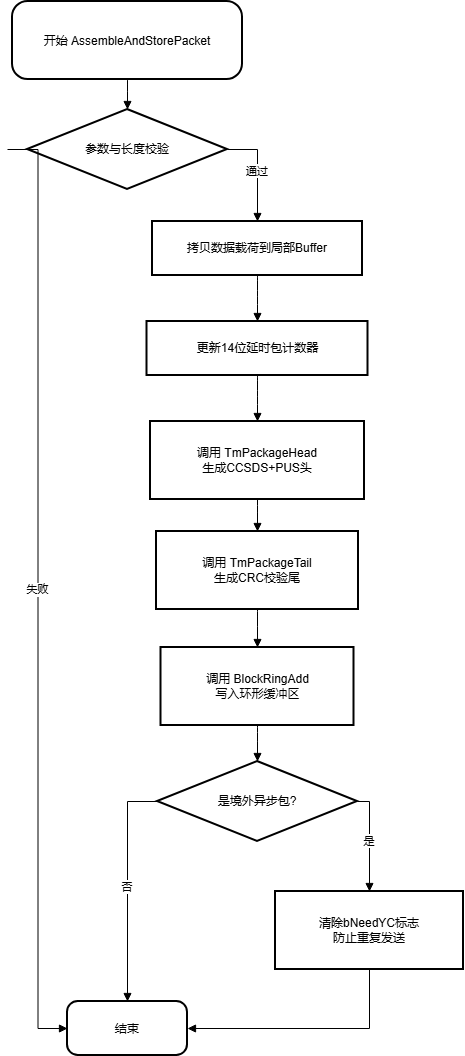
Before: 遥测采集和组包管理.drawio.png, a diagram exported from draw.io (luoflyxidian/git_aaa). Source tidied: cells renumbered, new cells last; positions are measured from the earlier drawing's top-left corner, leaving out a move shared by most shapes.
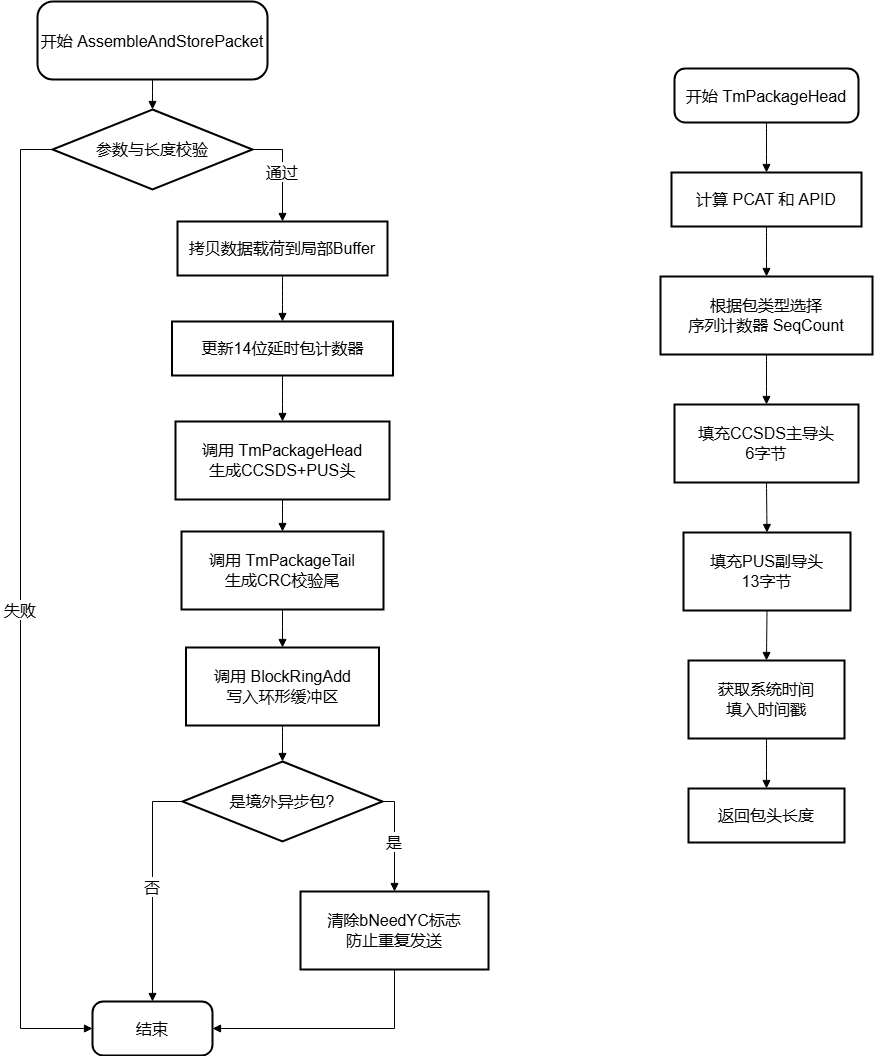
Later version of the same file.

Commit message:
更新遥测采集和组包管理.drawio.png

Diff of the diagram source:
```diff
@@ -2,70 +2,112 @@
   <root>
     <mxCell id="0" />
     <mxCell id="1" parent="0" />
-    <mxCell id="2" value="开始 AssembleAndStorePacket" style="rounded=1;arcSize=20;strokeWidth=2;" parent="1" vertex="1">
+    <mxCell id="2" value="开始 AssembleAndStorePacket" style="rounded=1;arcSize=20;strokeWidth=2;fontSize=16;" parent="1" vertex="1">
       <mxGeometry x="5" width="230" height="78" as="geometry" />
     </mxCell>
-    <mxCell id="3" value="参数与长度校验" style="rhombus;strokeWidth=2;whiteSpace=wrap;" parent="1" vertex="1">
+    <mxCell id="3" value="参数与长度校验" style="rhombus;strokeWidth=2;whiteSpace=wrap;fontSize=16;" parent="1" vertex="1">
       <mxGeometry x="20" y="108" width="200" height="80" as="geometry" />
     </mxCell>
-    <mxCell id="4" value="结束" style="rounded=1;arcSize=20;strokeWidth=2;" parent="1" vertex="1">
+    <mxCell id="4" value="结束" style="rounded=1;arcSize=20;strokeWidth=2;fontSize=16;" parent="1" vertex="1">
       <mxGeometry x="60" y="1000" width="120" height="54" as="geometry" />
     </mxCell>
-    <mxCell id="5" value="拷贝数据载荷到局部Buffer" style="whiteSpace=wrap;strokeWidth=2;" parent="1" vertex="1">
+    <mxCell id="5" value="拷贝数据载荷到局部Buffer" style="whiteSpace=wrap;strokeWidth=2;fontSize=16;" parent="1" vertex="1">
       <mxGeometry x="145" y="220" width="210" height="54" as="geometry" />
     </mxCell>
-    <mxCell id="6" value="更新14位延时包计数器" style="whiteSpace=wrap;strokeWidth=2;" parent="1" vertex="1">
+    <mxCell id="6" value="更新14位延时包计数器" style="whiteSpace=wrap;strokeWidth=2;fontSize=16;" parent="1" vertex="1">
       <mxGeometry x="139.5" y="320" width="221" height="54" as="geometry" />
     </mxCell>
-    <mxCell id="7" value="调用 TmPackageHead&#10;生成CCSDS+PUS头" style="whiteSpace=wrap;strokeWidth=2;" parent="1" vertex="1">
+    <mxCell id="7" value="调用 TmPackageHead&#10;生成CCSDS+PUS头" style="whiteSpace=wrap;strokeWidth=2;fontSize=16;" parent="1" vertex="1">
       <mxGeometry x="143" y="420" width="214" height="78" as="geometry" />
     </mxCell>
-    <mxCell id="8" value="调用 TmPackageTail&#10;生成CRC校验尾" style="whiteSpace=wrap;strokeWidth=2;" parent="1" vertex="1">
+    <mxCell id="8" value="调用 TmPackageTail&#10;生成CRC校验尾" style="whiteSpace=wrap;strokeWidth=2;fontSize=16;" parent="1" vertex="1">
       <mxGeometry x="149" y="530" width="202" height="78" as="geometry" />
     </mxCell>
-    <mxCell id="9" value="调用 BlockRingAdd&#10;写入环形缓冲区" style="whiteSpace=wrap;strokeWidth=2;" parent="1" vertex="1">
+    <mxCell id="9" value="调用 BlockRingAdd&#10;写入环形缓冲区" style="whiteSpace=wrap;strokeWidth=2;fontSize=16;" parent="1" vertex="1">
       <mxGeometry x="153.5" y="646" width="193" height="78" as="geometry" />
     </mxCell>
-    <mxCell id="10" value="是境外异步包?" style="rhombus;strokeWidth=2;whiteSpace=wrap;" parent="1" vertex="1">
+    <mxCell id="10" value="是境外异步包?" style="rhombus;strokeWidth=2;whiteSpace=wrap;fontSize=16;" parent="1" vertex="1">
       <mxGeometry x="150" y="760" width="200" height="80" as="geometry" />
     </mxCell>
-    <mxCell id="11" value="清除bNeedYC标志&#10;防止重复发送" style="whiteSpace=wrap;strokeWidth=2;" parent="1" vertex="1">
+    <mxCell id="11" value="清除bNeedYC标志&#10;防止重复发送" style="whiteSpace=wrap;strokeWidth=2;fontSize=16;" parent="1" vertex="1">
       <mxGeometry x="268" y="890" width="188" height="78" as="geometry" />
     </mxCell>
-    <mxCell id="12" style="curved=1;startArrow=none;endArrow=block;exitX=0.5;exitY=1;entryX=0.5;entryY=0;rounded=0;" parent="1" edge="1" source="2" target="3">
+    <mxCell id="12" style="curved=1;startArrow=none;endArrow=block;exitX=0.5;exitY=1;entryX=0.5;entryY=0;rounded=0;fontSize=16;" parent="1" edge="1" source="2" target="3">
       <mxGeometry relative="1" as="geometry" />
     </mxCell>
-    <mxCell id="13" value="失败" style="startArrow=none;endArrow=block;exitX=0;exitY=0.5;entryX=0;entryY=0.5;rounded=0;edgeStyle=orthogonalEdgeStyle;entryDx=0;entryDy=0;exitDx=0;exitDy=0;" parent="1" edge="1" target="4">
+    <mxCell id="13" value="失败" style="startArrow=none;endArrow=block;exitX=0;exitY=0.5;entryX=0;entryY=0.5;rounded=0;edgeStyle=orthogonalEdgeStyle;entryDx=0;entryDy=0;exitDx=0;exitDy=0;fontSize=16;" parent="1" edge="1" source="3" target="4">
       <mxGeometry relative="1" as="geometry">
-        <mxPoint y="148" as="sourcePoint" />
+        <Array as="points">
+          <mxPoint x="-12" y="148" />
+          <mxPoint x="-12" y="1027" />
+        </Array>
       </mxGeometry>
     </mxCell>
-    <mxCell id="14" value="通过" style="startArrow=none;endArrow=block;exitX=1;exitY=0.5;entryX=0.5;entryY=0;rounded=0;exitDx=0;exitDy=0;edgeStyle=orthogonalEdgeStyle;" parent="1" edge="1" source="3" target="5">
+    <mxCell id="14" value="通过" style="startArrow=none;endArrow=block;exitX=1;exitY=0.5;entryX=0.5;entryY=0;rounded=0;exitDx=0;exitDy=0;edgeStyle=orthogonalEdgeStyle;fontSize=16;" parent="1" edge="1" source="3" target="5">
       <mxGeometry relative="1" as="geometry" />
     </mxCell>
-    <mxCell id="15" style="curved=1;startArrow=none;endArrow=block;exitX=0.5;exitY=1;entryX=0.5;entryY=0;rounded=0;" parent="1" edge="1" source="5" target="6">
+    <mxCell id="15" style="curved=1;startArrow=none;endArrow=block;exitX=0.5;exitY=1;entryX=0.5;entryY=0;rounded=0;fontSize=16;" parent="1" edge="1" source="5" target="6">
       <mxGeometry relative="1" as="geometry" />
     </mxCell>
-    <mxCell id="16" style="curved=1;startArrow=none;endArrow=block;exitX=0.5;exitY=1;entryX=0.5;entryY=0;rounded=0;" parent="1" edge="1" source="6" target="7">
+    <mxCell id="16" style="curved=1;startArrow=none;endArrow=block;exitX=0.5;exitY=1;entryX=0.5;entryY=0;rounded=0;fontSize=16;" parent="1" edge="1" source="6" target="7">
       <mxGeometry relative="1" as="geometry" />
     </mxCell>
-    <mxCell id="17" style="curved=1;startArrow=none;endArrow=block;exitX=0.5;exitY=1;entryX=0.5;entryY=0;rounded=0;" parent="1" edge="1" source="7" target="8">
+    <mxCell id="17" style="curved=1;startArrow=none;endArrow=block;exitX=0.5;exitY=1;entryX=0.5;entryY=0;rounded=0;fontSize=16;" parent="1" edge="1" source="7" target="8">
       <mxGeometry relative="1" as="geometry" />
     </mxCell>
-    <mxCell id="18" style="curved=1;startArrow=none;endArrow=block;exitX=0.5;exitY=1;entryX=0.5;entryY=0;rounded=0;" parent="1" edge="1" source="8" target="9">
+    <mxCell id="18" style="curved=1;startArrow=none;endArrow=block;exitX=0.5;exitY=1;entryX=0.5;entryY=0;rounded=0;fontSize=16;" parent="1" edge="1" source="8" target="9">
       <mxGeometry relative="1" as="geometry" />
     </mxCell>
-    <mxCell id="19" style="curved=1;startArrow=none;endArrow=block;exitX=0.5;exitY=1;entryX=0.5;entryY=0;rounded=0;" parent="1" edge="1" source="9" target="10">
+    <mxCell id="19" style="curved=1;startArrow=none;endArrow=block;exitX=0.5;exitY=1;entryX=0.5;entryY=0;rounded=0;fontSize=16;" parent="1" edge="1" source="9" target="10">
       <mxGeometry relative="1" as="geometry" />
     </mxCell>
-    <mxCell id="20" value="是" style="startArrow=none;endArrow=block;exitX=1;exitY=0.5;entryX=0.5;entryY=0;rounded=0;exitDx=0;exitDy=0;edgeStyle=orthogonalEdgeStyle;" parent="1" edge="1" source="10" target="11">
+    <mxCell id="20" value="是" style="startArrow=none;endArrow=block;exitX=1;exitY=0.5;entryX=0.5;entryY=0;rounded=0;exitDx=0;exitDy=0;edgeStyle=orthogonalEdgeStyle;fontSize=16;" parent="1" edge="1" source="10" target="11">
       <mxGeometry relative="1" as="geometry" />
     </mxCell>
-    <mxCell id="21" value="否" style="startArrow=none;endArrow=block;exitX=0;exitY=0.5;entryX=0.5;entryY=0;rounded=0;exitDx=0;exitDy=0;edgeStyle=orthogonalEdgeStyle;" parent="1" edge="1" source="10" target="4">
+    <mxCell id="21" value="否" style="startArrow=none;endArrow=block;exitX=0;exitY=0.5;entryX=0.5;entryY=0;rounded=0;exitDx=0;exitDy=0;edgeStyle=orthogonalEdgeStyle;fontSize=16;" parent="1" edge="1" source="10" target="4">
       <mxGeometry relative="1" as="geometry" />
     </mxCell>
-    <mxCell id="22" style="startArrow=none;endArrow=block;exitX=0.5;exitY=1;entryX=1;entryY=0.5;rounded=0;edgeStyle=orthogonalEdgeStyle;entryDx=0;entryDy=0;" parent="1" edge="1" source="11" target="4">
+    <mxCell id="22" style="startArrow=none;endArrow=block;exitX=0.5;exitY=1;entryX=1;entryY=0.5;rounded=0;edgeStyle=orthogonalEdgeStyle;entryDx=0;entryDy=0;fontSize=16;" parent="1" edge="1" source="11" target="4">
       <mxGeometry relative="1" as="geometry" />
     </mxCell>
+    <mxCell id="23" value="开始 TmPackageHead" style="rounded=1;arcSize=20;strokeWidth=2;fontSize=16;" parent="1" vertex="1">
+      <mxGeometry x="642" y="67" width="184" height="54" as="geometry" />
+    </mxCell>
+    <mxCell id="24" value="计算 PCAT 和 APID" style="whiteSpace=wrap;strokeWidth=2;fontSize=16;" parent="1" vertex="1">
+      <mxGeometry x="639" y="171" width="190" height="54" as="geometry" />
+    </mxCell>
+    <mxCell id="25" value="根据包类型选择&#10;序列计数器 SeqCount" style="whiteSpace=wrap;strokeWidth=2;fontSize=16;" parent="1" vertex="1">
+      <mxGeometry x="628" y="275" width="212" height="78" as="geometry" />
+    </mxCell>
+    <mxCell id="26" value="填充CCSDS主导头&#10;6字节" style="whiteSpace=wrap;strokeWidth=2;fontSize=16;" parent="1" vertex="1">
+      <mxGeometry x="642" y="403" width="184" height="78" as="geometry" />
+    </mxCell>
+    <mxCell id="27" value="填充PUS副导头&#10;13字节" style="whiteSpace=wrap;strokeWidth=2;fontSize=16;" parent="1" vertex="1">
+      <mxGeometry x="651" y="531" width="167" height="78" as="geometry" />
+    </mxCell>
+    <mxCell id="28" value="获取系统时间&#10;填入时间戳" style="whiteSpace=wrap;strokeWidth=2;fontSize=16;" parent="1" vertex="1">
+      <mxGeometry x="656" y="659" width="156" height="78" as="geometry" />
+    </mxCell>
+    <mxCell id="29" value="返回包头长度" style="whiteSpace=wrap;strokeWidth=2;fontSize=16;" parent="1" vertex="1">
+      <mxGeometry x="656" y="787" width="156" height="54" as="geometry" />
+    </mxCell>
+    <mxCell id="30" style="curved=1;startArrow=none;endArrow=block;exitX=0.5;exitY=1;entryX=0.5;entryY=0;rounded=0;fontSize=16;" parent="1" edge="1" source="23" target="24">
+      <mxGeometry relative="1" as="geometry" />
+    </mxCell>
+    <mxCell id="31" style="curved=1;startArrow=none;endArrow=block;exitX=0.5;exitY=1;entryX=0.5;entryY=0;rounded=0;fontSize=16;" parent="1" edge="1" source="24" target="25">
+      <mxGeometry relative="1" as="geometry" />
+    </mxCell>
+    <mxCell id="32" style="curved=1;startArrow=none;endArrow=block;exitX=0.5;exitY=1;entryX=0.5;entryY=0;rounded=0;fontSize=16;" parent="1" edge="1" source="25" target="26">
+      <mxGeometry relative="1" as="geometry" />
+    </mxCell>
+    <mxCell id="33" style="curved=1;startArrow=none;endArrow=block;exitX=0.5;exitY=1;entryX=0.5;entryY=0;rounded=0;fontSize=16;" parent="1" edge="1" source="26" target="27">
+      <mxGeometry relative="1" as="geometry" />
+    </mxCell>
+    <mxCell id="34" style="curved=1;startArrow=none;endArrow=block;exitX=0.5;exitY=1;entryX=0.5;entryY=0;rounded=0;fontSize=16;" parent="1" edge="1" source="27" target="28">
+      <mxGeometry relative="1" as="geometry" />
+    </mxCell>
+    <mxCell id="35" style="curved=1;startArrow=none;endArrow=block;exitX=0.5;exitY=1;entryX=0.5;entryY=0;rounded=0;fontSize=16;" parent="1" edge="1" source="28" target="29">
+      <mxGeometry relative="1" as="geometry" />
+    </mxCell>
   </root>
 </mxGraphModel>
```
